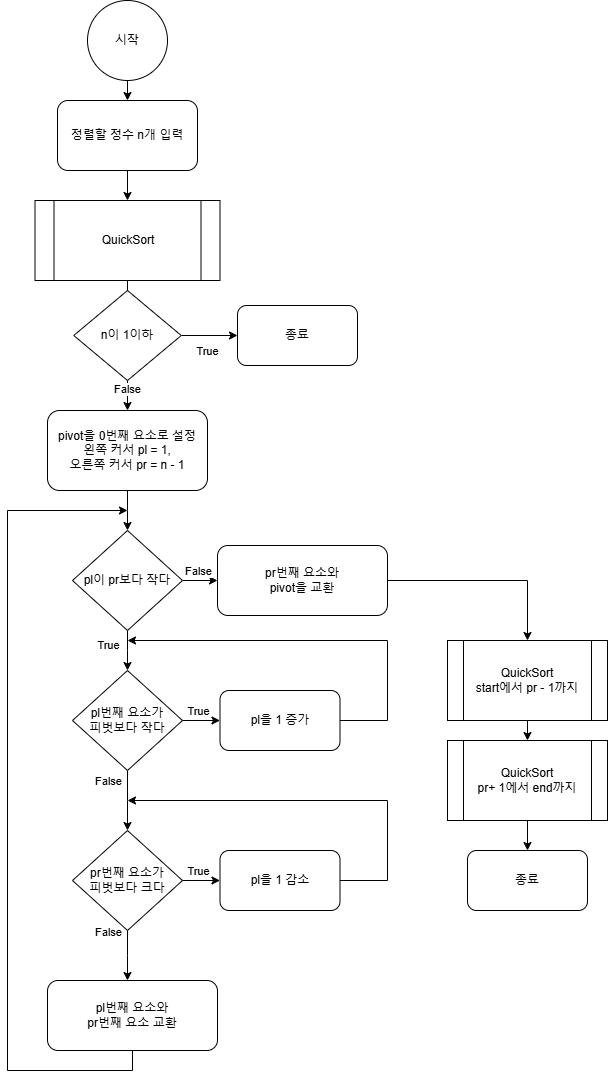
Earlier version of the draw.io export FlowCharts/QuickSort (1).png (catnip144/InhaGame-2024). Source tidied: cells renumbered, new cells last; positions are measured from the earlier drawing's top-left corner, leaving out a move shared by most shapes.
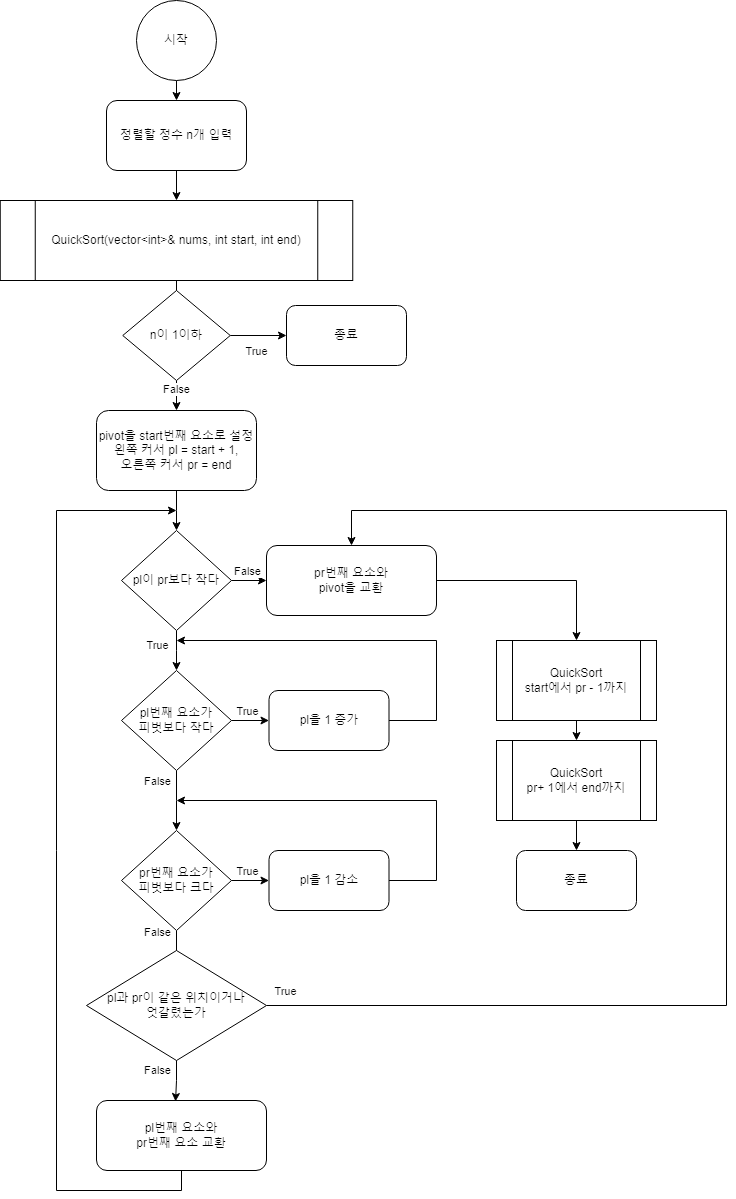
The same diagram one commit later.

Change to the diagram source:
```diff
@@ -11,8 +11,8 @@
     <mxCell id="4" style="edgeStyle=orthogonalEdgeStyle;rounded=0;jettySize=auto;html=1;exitX=0.5;exitY=1;exitDx=0;exitDy=0;" parent="1" edge="1" source="5" target="43">
       <mxGeometry relative="1" as="geometry" />
     </mxCell>
-    <mxCell id="5" value="QuickSort" style="shape=process;whiteSpace=wrap;html=1;backgroundOutline=1;" parent="1" vertex="1">
-      <mxGeometry x="27.5" y="200" width="185" height="80" as="geometry" />
+    <mxCell id="5" value="QuickSort(vector&amp;lt;int&amp;gt;&amp;amp; nums, int start, int end)" style="shape=process;whiteSpace=wrap;html=1;backgroundOutline=1;" parent="1" vertex="1">
+      <mxGeometry x="-56.2" y="200" width="352.5" height="80" as="geometry" />
     </mxCell>
     <mxCell id="6" style="edgeStyle=orthogonalEdgeStyle;rounded=0;jettySize=auto;html=1;exitX=0.5;exitY=1;exitDx=0;exitDy=0;entryX=0.5;entryY=0;entryDx=0;entryDy=0;" parent="1" edge="1" source="7" target="5">
       <mxGeometry relative="1" as="geometry" />
@@ -25,7 +25,7 @@
         <mxPoint x="120" y="530" as="targetPoint" />
       </mxGeometry>
     </mxCell>
-    <mxCell id="9" value="pivot을 0번째 요소로 설정&lt;div&gt;왼쪽 커서 pl = 1,&lt;/div&gt;&lt;div&gt;오른쪽 커서 pr = n - 1&lt;/div&gt;" style="rounded=1;whiteSpace=wrap;html=1;" parent="1" vertex="1">
+    <mxCell id="9" value="pivot을 start번째 요소로 설정&lt;div&gt;왼쪽 커서 pl = start + 1,&lt;/div&gt;&lt;div&gt;오른쪽 커서 pr = end&lt;/div&gt;" style="rounded=1;whiteSpace=wrap;html=1;" parent="1" vertex="1">
       <mxGeometry x="40" y="410" width="160" height="80" as="geometry" />
     </mxCell>
     <mxCell id="10" style="edgeStyle=orthogonalEdgeStyle;rounded=0;jettySize=auto;html=1;exitX=0.5;exitY=1;exitDx=0;exitDy=0;" parent="1" edge="1" source="14">
@@ -119,14 +119,14 @@
       <mxGeometry relative="1" as="geometry">
         <mxPoint x="120" y="510" as="targetPoint" />
         <Array as="points">
-          <mxPoint x="125" y="1070" />
-          <mxPoint y="1070" />
+          <mxPoint x="125" y="1190" />
+          <mxPoint y="1190" />
           <mxPoint y="510" />
         </Array>
       </mxGeometry>
     </mxCell>
     <mxCell id="30" value="pl번째 요소와&lt;div&gt;pr번째 요소 교환&lt;/div&gt;" style="rounded=1;whiteSpace=wrap;html=1;" parent="1" vertex="1">
-      <mxGeometry x="40" y="980" width="170" height="70" as="geometry" />
+      <mxGeometry x="40" y="1100" width="170" height="70" as="geometry" />
     </mxCell>
     <mxCell id="31" style="edgeStyle=orthogonalEdgeStyle;rounded=0;jettySize=auto;html=1;exitX=1;exitY=0.5;exitDx=0;exitDy=0;" parent="1" edge="1" source="32" target="34">
       <mxGeometry relative="1" as="geometry" />
@@ -169,5 +169,30 @@
     <mxCell id="43" value="n이 1이하" style="rhombus;whiteSpace=wrap;html=1;" parent="1" vertex="1">
       <mxGeometry x="66.2" y="290" width="107.5" height="90" as="geometry" />
     </mxCell>
+    <mxCell id="44" style="edgeStyle=orthogonalEdgeStyle;rounded=0;jettySize=auto;html=1;exitX=1;exitY=0.5;exitDx=0;exitDy=0;entryX=0.5;entryY=0;entryDx=0;entryDy=0;" parent="1" edge="1" source="46" target="32">
+      <mxGeometry relative="1" as="geometry">
+        <Array as="points">
+          <mxPoint x="670" y="1005" />
+          <mxPoint x="670" y="510" />
+          <mxPoint x="295" y="510" />
+        </Array>
+      </mxGeometry>
+    </mxCell>
+    <mxCell id="45" value="True" style="edgeLabel;html=1;align=center;verticalAlign=middle;" parent="44" vertex="1">
+      <mxGeometry x="-0.94" y="-2" relative="1" as="geometry">
+        <mxPoint x="-25" y="-17" as="offset" />
+      </mxGeometry>
+    </mxCell>
+    <mxCell id="46" value="pl과 pr이 같은 위치이거나&lt;br&gt;엇갈렸는가" style="rhombus;whiteSpace=wrap;html=1;" parent="1" vertex="1">
+      <mxGeometry x="30" y="950" width="180" height="110" as="geometry" />
+    </mxCell>
+    <mxCell id="47" style="edgeStyle=orthogonalEdgeStyle;rounded=0;jettySize=auto;html=1;exitX=0.5;exitY=1;exitDx=0;exitDy=0;entryX=0.465;entryY=0.014;entryDx=0;entryDy=0;entryPerimeter=0;" parent="1" edge="1" source="46" target="30">
+      <mxGeometry relative="1" as="geometry" />
+    </mxCell>
+    <mxCell id="48" value="False" style="edgeLabel;html=1;align=center;verticalAlign=middle;" parent="47" vertex="1">
+      <mxGeometry x="-0.57" y="-2" relative="1" as="geometry">
+        <mxPoint x="-18" as="offset" />
+      </mxGeometry>
+    </mxCell>
   </root>
 </mxGraphModel>
```
